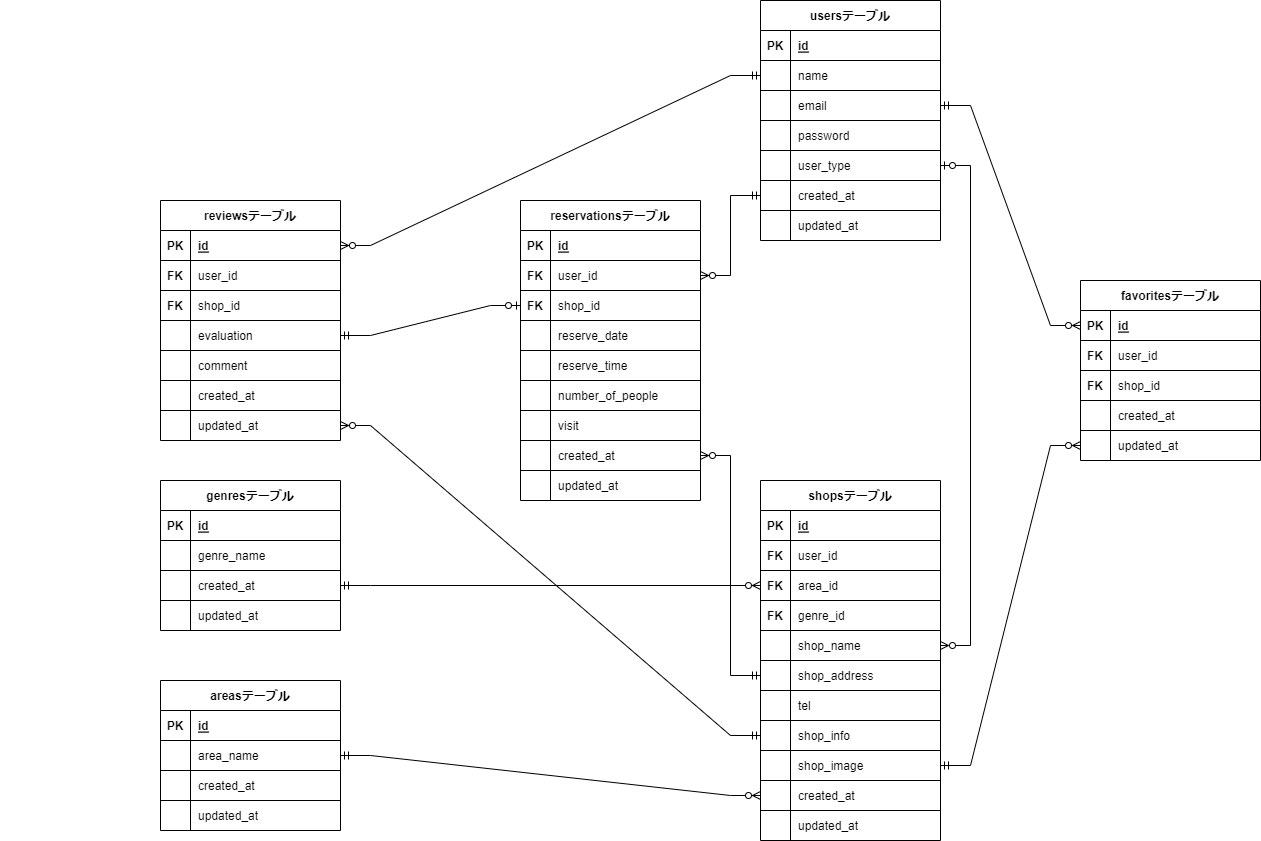
Before: rese.drawio.png, a diagram exported from draw.io (sekishuu/rese). Source tidied: cells renumbered, new cells last; positions are measured from the earlier drawing's top-left corner, leaving out a move shared by most shapes.
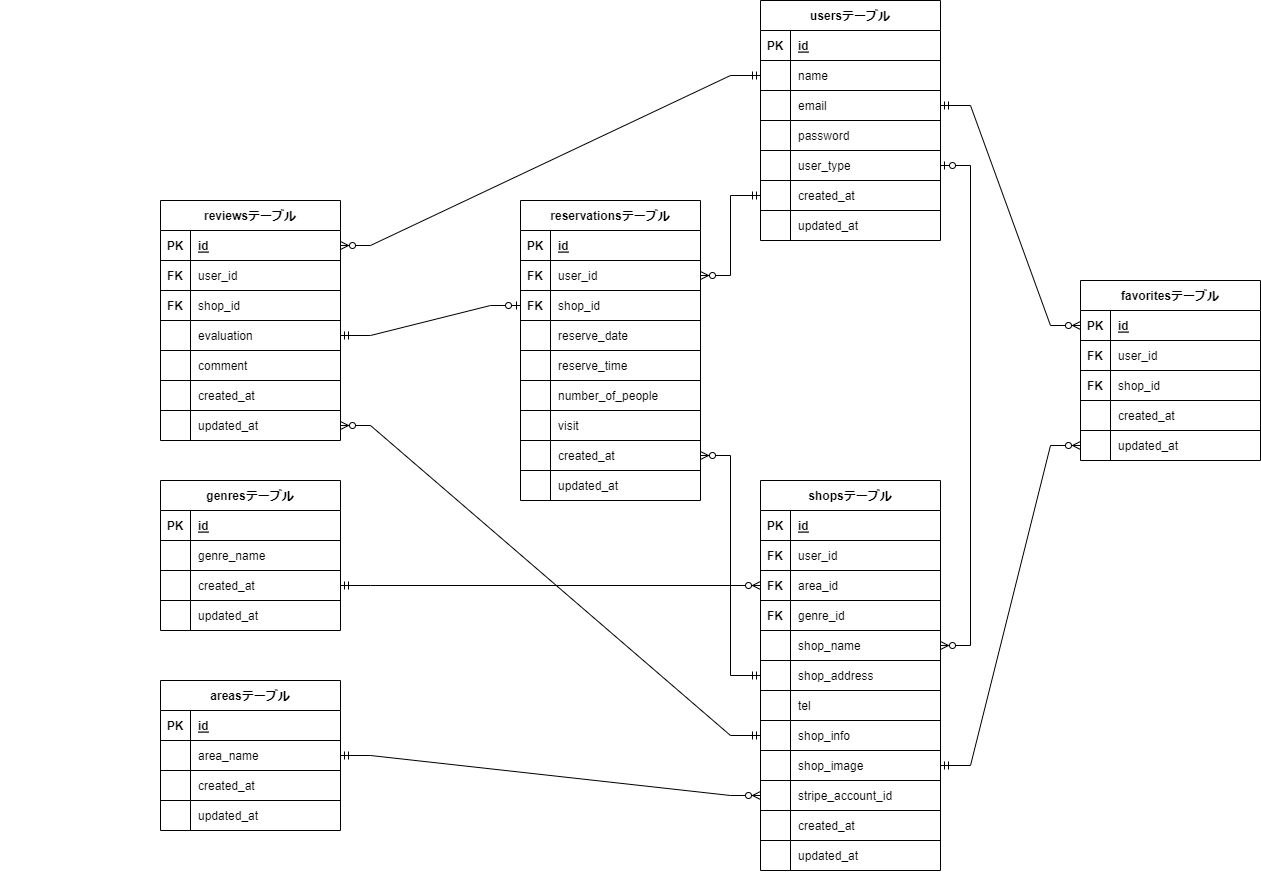
After the commit.

Change to the diagram source:
```diff
@@ -195,7 +195,7 @@
       <mxGeometry x="30" width="150" height="30" as="geometry" />
     </mxCell>
     <mxCell id="66" value="shopsテーブル" style="shape=table;startSize=30;rowLines=1;fontStyle=1;align=center;rounded=0;" parent="1" vertex="1">
-      <mxGeometry x="760" y="480" width="180" height="360" as="geometry" />
+      <mxGeometry x="760" y="480" width="180" height="390" as="geometry" />
     </mxCell>
     <mxCell id="67" style="shape=tableRow;horizontal=0;startSize=0;swimlaneHead=0;swimlaneBody=0;fillColor=none;top=0;left=0;right=0;bottom=1;rounded=0;" parent="66" vertex="1">
       <mxGeometry y="30" width="180" height="30" as="geometry" />
@@ -284,11 +284,20 @@
     <mxCell id="95" style="shape=partialRectangle;fillColor=none;top=0;left=0;bottom=0;right=0;overflow=hidden;rounded=0;" parent="94" vertex="1">
       <mxGeometry width="30" height="30" as="geometry" />
     </mxCell>
-    <mxCell id="96" value="created_at" style="shape=partialRectangle;fillColor=none;top=0;left=0;bottom=0;right=0;align=left;spacingLeft=6;overflow=hidden;rounded=0;" parent="94" vertex="1">
+    <mxCell id="96" value="stripe_account_id" style="shape=partialRectangle;fillColor=none;top=0;left=0;bottom=0;right=0;align=left;spacingLeft=6;overflow=hidden;rounded=0;" parent="94" vertex="1">
       <mxGeometry x="30" width="150" height="30" as="geometry" />
     </mxCell>
+    <mxCell id="162" style="shape=tableRow;horizontal=0;startSize=0;swimlaneHead=0;swimlaneBody=0;fillColor=none;top=0;left=0;right=0;bottom=0;rounded=0;" parent="66" vertex="1">
+      <mxGeometry y="330" width="180" height="30" as="geometry" />
+    </mxCell>
+    <mxCell id="163" style="shape=partialRectangle;fillColor=none;top=0;left=0;bottom=0;right=0;overflow=hidden;rounded=0;" parent="162" vertex="1">
+      <mxGeometry width="30" height="30" as="geometry" />
+    </mxCell>
+    <mxCell id="164" value="created_at" style="shape=partialRectangle;fillColor=none;top=0;left=0;bottom=0;right=0;align=left;spacingLeft=6;overflow=hidden;rounded=0;" parent="162" vertex="1">
+      <mxGeometry x="30" width="150" height="30" as="geometry" />
+    </mxCell>
     <mxCell id="97" style="shape=tableRow;horizontal=0;startSize=0;swimlaneHead=0;swimlaneBody=0;fillColor=none;top=0;left=0;right=0;bottom=0;rounded=0;" parent="66" vertex="1">
-      <mxGeometry y="330" width="180" height="30" as="geometry" />
+      <mxGeometry y="360" width="180" height="30" as="geometry" />
     </mxCell>
     <mxCell id="98" style="shape=partialRectangle;fillColor=none;top=0;left=0;bottom=0;right=0;overflow=hidden;rounded=0;" parent="97" vertex="1">
       <mxGeometry width="30" height="30" as="geometry" />
```
